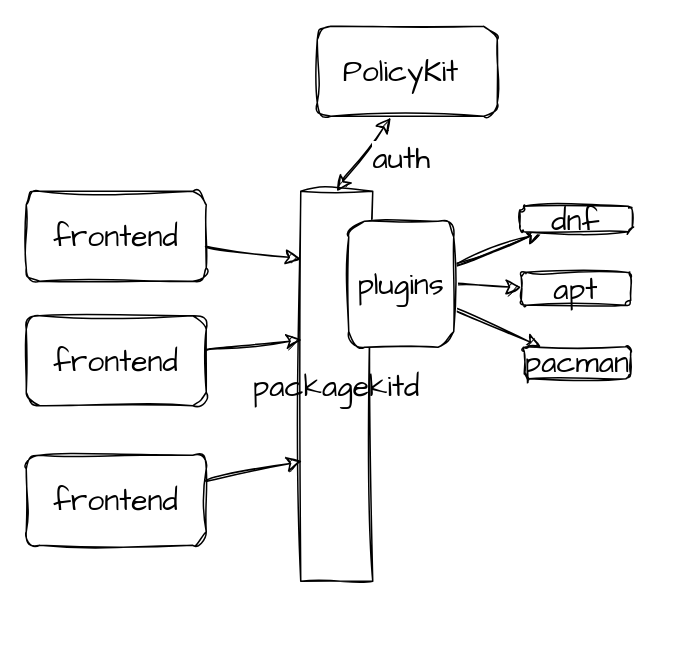
Before: packagekit.drawio in pkking/mydrawio, a draw.io diagram. Source tidied: cells renumbered, new cells numbered last; positions are measured from the earlier drawing's top-left corner, leaving out a move shared by most shapes. Both pictures are drawn from the tidied source at 150%, with x=0, y=0 at pixel (26, 26).
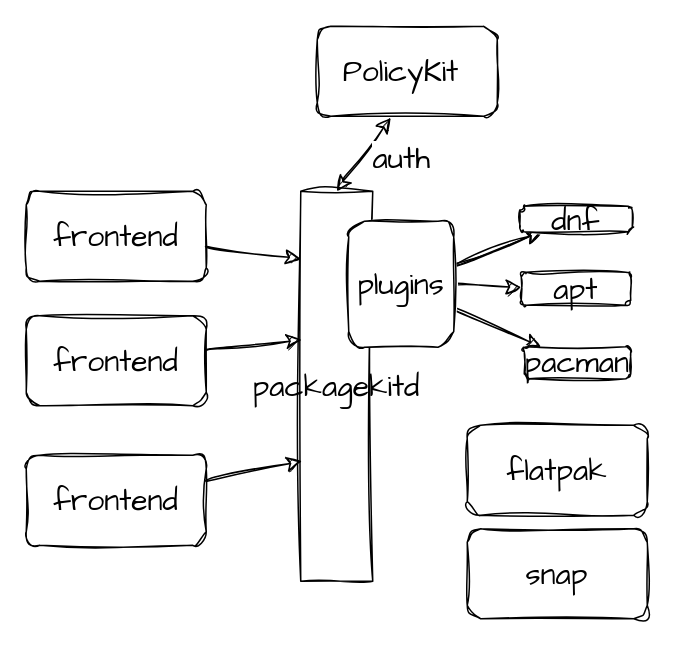
After the change.

What changed in the source:
```diff
@@
+    <mxCell id="20" value="flatpak" style="rounded=1;whiteSpace=wrap;html=1;sketch=1;hachureGap=4;jiggle=2;curveFitting=1;fontFamily=Architects Daughter;fontSize=20;" parent="1" vertex="1">
+      <mxGeometry x="294" y="266" width="120" height="60" as="geometry" />
+    </mxCell>
+    <mxCell id="21" value="snap" style="rounded=1;whiteSpace=wrap;html=1;sketch=1;hachureGap=4;jiggle=2;curveFitting=1;fontFamily=Architects Daughter;fontSize=20;" parent="1" vertex="1">
+      <mxGeometry x="294" y="335" width="120" height="60" as="geometry" />
+    </mxCell>
```
